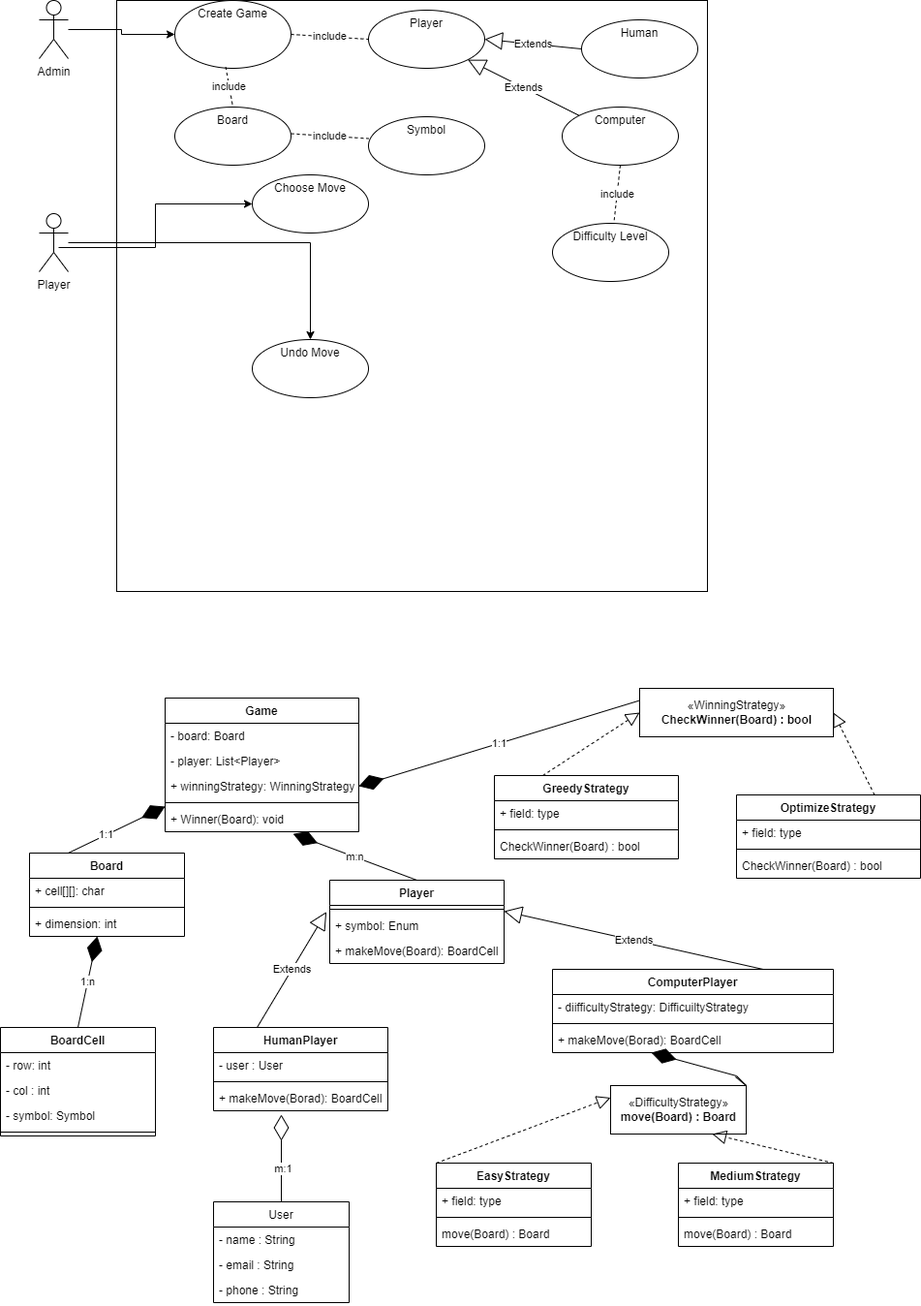
aktomer06/Draw.io keeps this draw.io diagram as UML_Diagram_Tic_Tac_Toe.drawio.png. Above is the earlier version. Source tidied: cells renumbered, new cells last; positions are measured from the earlier drawing's top-left corner, leaving out a move shared by most shapes.
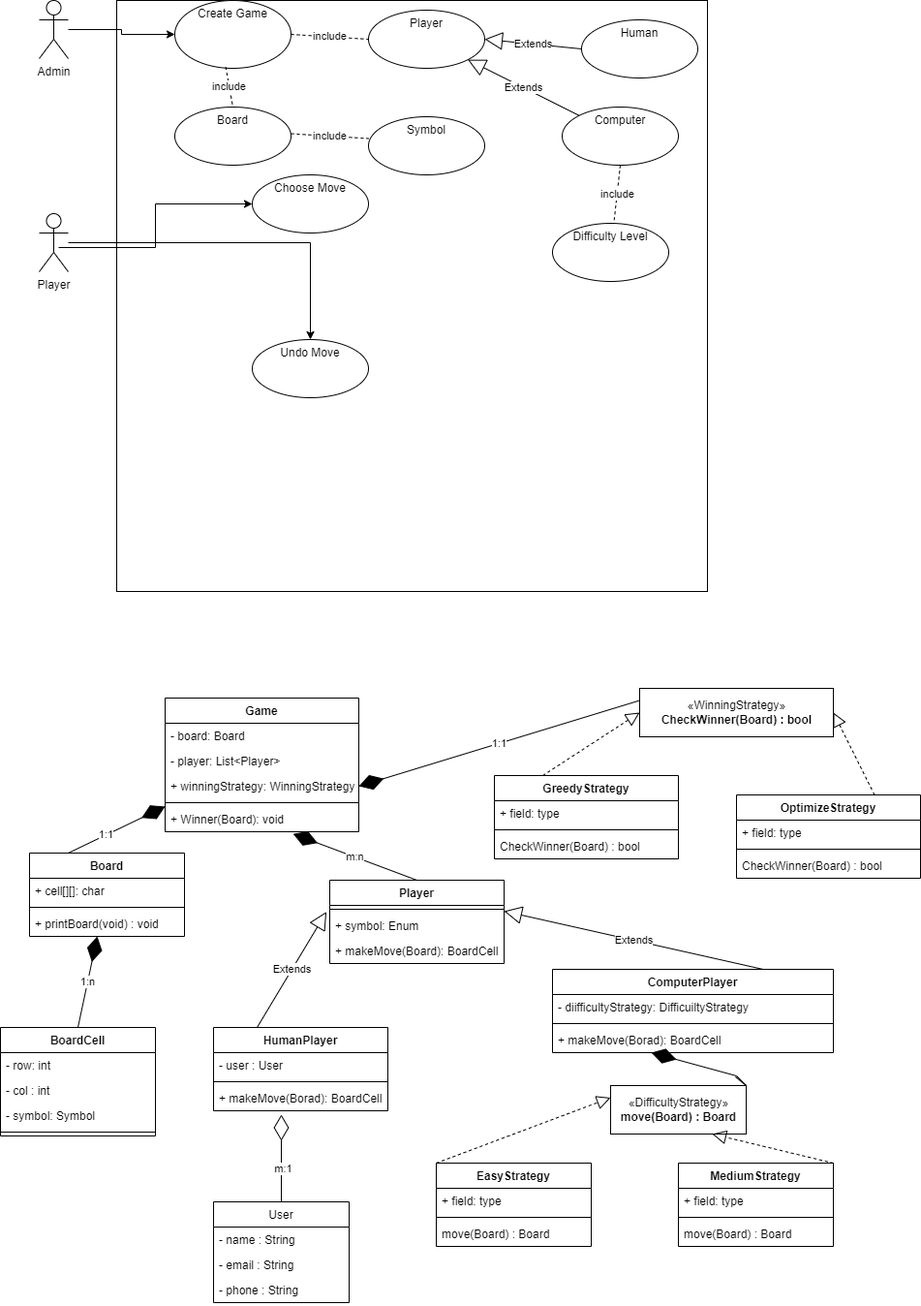
After the commit.

What changed in the source:
```diff
@@ -97,7 +97,7 @@
     <mxCell id="31" style="line;strokeWidth=1;fillColor=none;align=left;verticalAlign=middle;spacingTop=-1;spacingLeft=3;spacingRight=3;labelPosition=right;" parent="29" vertex="1">
       <mxGeometry y="52" width="160" height="8" as="geometry" />
     </mxCell>
-    <mxCell id="32" value="+ dimension: int" style="text;strokeColor=none;fillColor=none;align=left;verticalAlign=top;spacingLeft=4;spacingRight=4;overflow=hidden;" parent="29" vertex="1">
+    <mxCell id="32" value="+ printBoard(void) : void" style="text;strokeColor=none;fillColor=none;align=left;verticalAlign=top;spacingLeft=4;spacingRight=4;overflow=hidden;" parent="29" vertex="1">
       <mxGeometry y="60" width="160" height="26" as="geometry" />
     </mxCell>
     <mxCell id="33" value="1:n" style="endArrow=diamondThin;endFill=1;endSize=24;html=1;rounded=0;entryX=0.661;entryY=1.085;entryDx=0;entryDy=0;entryPerimeter=0;exitX=0.5;exitY=0;exitDx=0;exitDy=0;" parent="29" edge="1" source="75">
```
